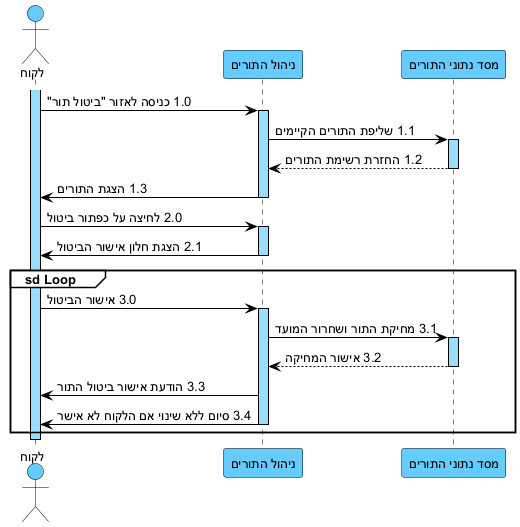
Before: docs/diagrams/png/06-seq-suc06-ביטול-תור.png, a diagram exported from PlantUML (arielkaplan20/GOLDEN_HAIR_SALOAN).
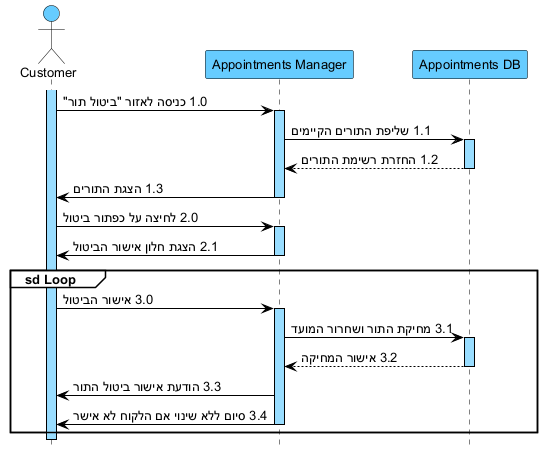
The same diagram one commit later.

Diff of the diagram source:
```diff
@@ -1,4 +1,5 @@
 @startuml
+hide footbox
 skinparam backgroundColor white
 skinparam defaultFontName Arial
 skinparam defaultFontSize 13
@@ -18,9 +19,9 @@
 GroupHeaderFontColor black
 }
 
-actor "לקוח" as C
-participant "ניהול התורים" as AM
-participant "מסד נתוני התורים" as DB
+actor "Customer" as C
+participant "Appointments Manager" as AM
+participant "Appointments DB" as DB
 
 activate C
 C -> AM : 1.0 כניסה לאזור "ביטול תור"
```
